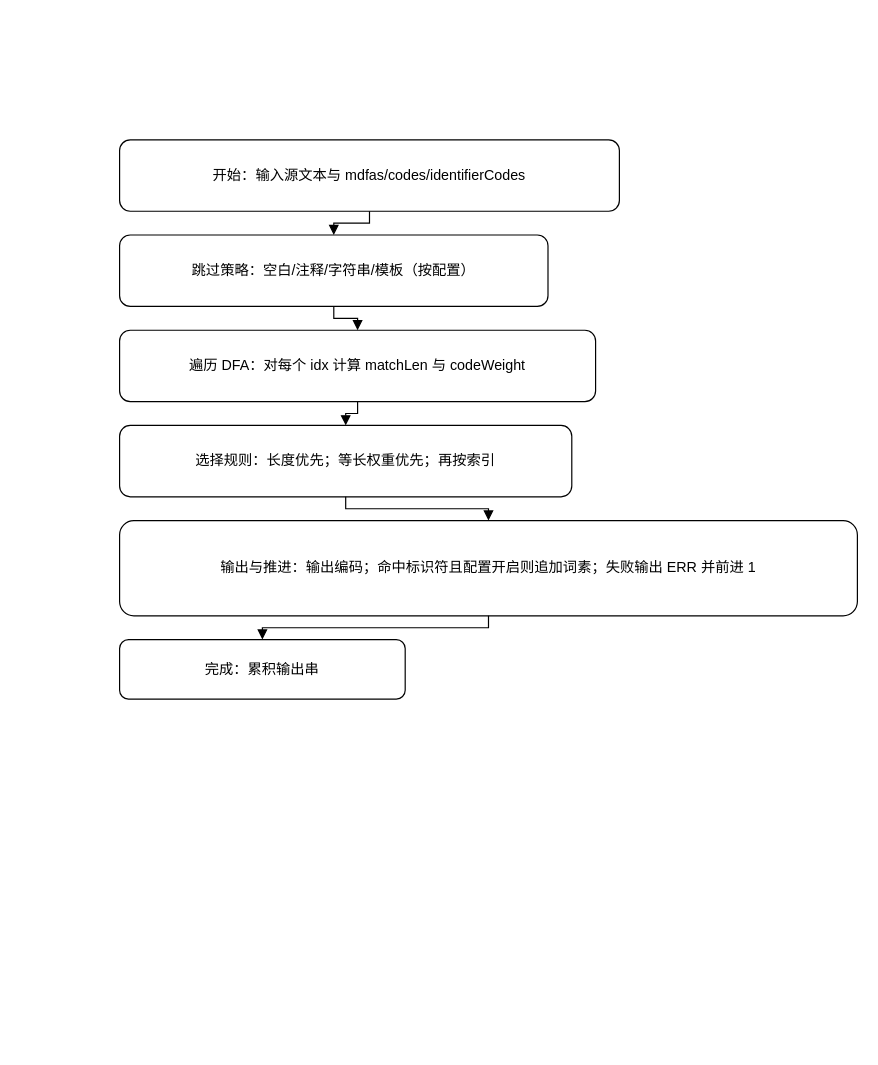
Before: docs/exp_docs/exp1/pic/07_Engine_组合扫描流程.drawio in LZStarV/byyl_course_1, a draw.io diagram. Source tidied: cells renumbered, new cells numbered last; positions are measured from the earlier drawing's top-left corner, leaving out a move shared by most shapes. Both pictures are drawn from the tidied source at 119%, with x=0, y=0 at pixel (119, 139).
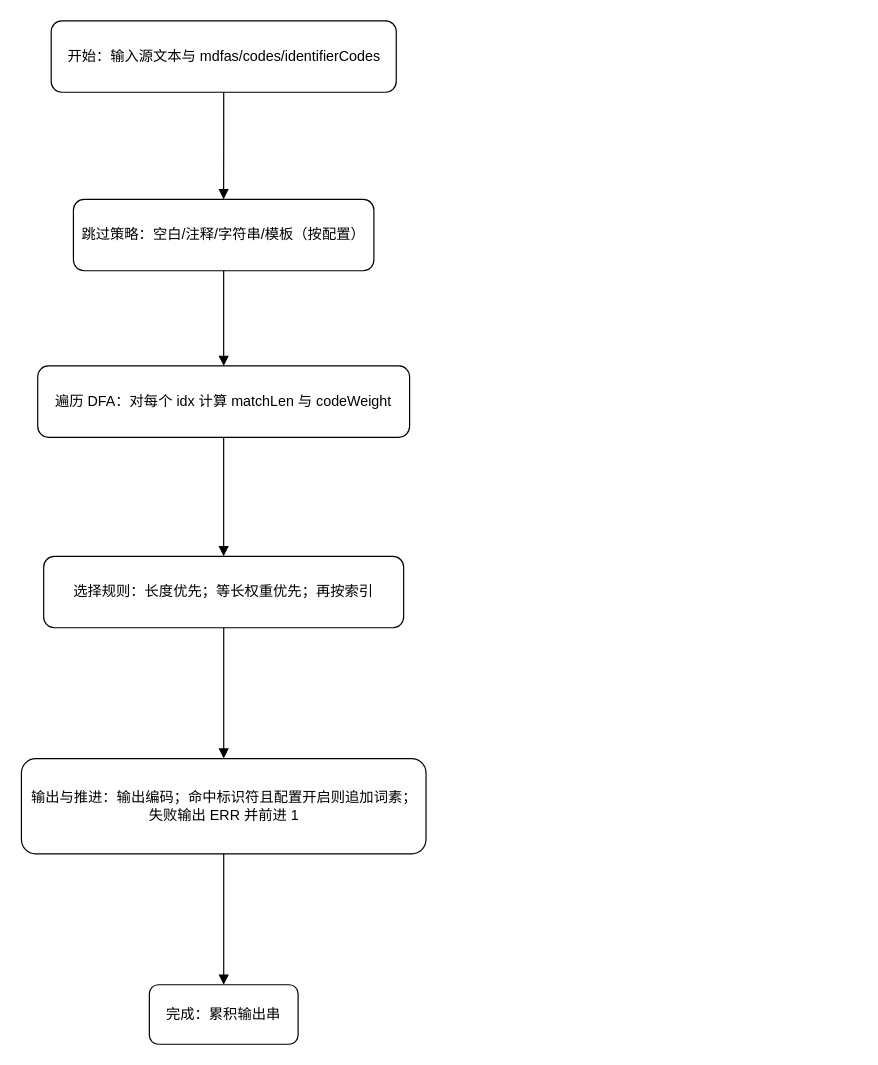
The same diagram, later.

What changed in the source:
```diff
@@
 <mxGraphModel>
   <root>
     <mxCell id="0" />
     <mxCell id="1" parent="0" />
     <mxCell id="2" value="开始：输入源文本与 mdfas/codes/identifierCodes" style="rounded=1;whiteSpace=wrap;html=1;" parent="1" vertex="1">
-      <mxGeometry width="420" height="60" as="geometry" />
+      <mxGeometry x="-57.5" y="-100" width="290" height="60" as="geometry" />
     </mxCell>
     <mxCell id="3" value="跳过策略：空白/注释/字符串/模板（按配置）" style="rounded=1;whiteSpace=wrap;html=1;" parent="1" vertex="1">
-      <mxGeometry y="80" width="360" height="60" as="geometry" />
+      <mxGeometry x="-38.8" y="50" width="252.5" height="60" as="geometry" />
     </mxCell>
     <mxCell id="4" value="遍历 DFA：对每个 idx 计算 matchLen 与 codeWeight" style="rounded=1;whiteSpace=wrap;html=1;" parent="1" vertex="1">
-      <mxGeometry y="160" width="400" height="60" as="geometry" />
+      <mxGeometry x="-68.8" y="190" width="312.5" height="60" as="geometry" />
     </mxCell>
     <mxCell id="5" value="选择规则：长度优先；等长权重优先；再按索引" style="rounded=1;whiteSpace=wrap;html=1;" parent="1" vertex="1">
-      <mxGeometry y="240" width="380" height="60" as="geometry" />
+      <mxGeometry x="-63.8" y="350" width="302.5" height="60" as="geometry" />
     </mxCell>
-    <mxCell id="6" value="输出与推进：输出编码；命中标识符且配置开启则追加词素；失败输出 ERR 并前进 1" style="rounded=1;whiteSpace=wrap;html=1;" parent="1" vertex="1">
-      <mxGeometry y="320" width="620" height="80" as="geometry" />
+    <mxCell id="6" value="输出与推进：输出编码；命中标识符且配置开启则追加词素；&lt;br&gt;失败输出 ERR 并前进 1" style="rounded=1;whiteSpace=wrap;html=1;" parent="1" vertex="1">
+      <mxGeometry x="-82.5" y="520" width="340" height="80" as="geometry" />
     </mxCell>
     <mxCell id="7" value="完成：累积输出串" style="rounded=1;whiteSpace=wrap;html=1;" parent="1" vertex="1">
-      <mxGeometry y="420" width="240" height="50" as="geometry" />
+      <mxGeometry x="25" y="710" width="125" height="50" as="geometry" />
     </mxCell>
     <mxCell id="8" style="edgeStyle=orthogonalEdgeStyle;rounded=0;html=1;endArrow=block;endFill=1;" parent="1" edge="1" source="2" target="3">
       <mxGeometry relative="1" as="geometry" />
     </mxCell>
     <mxCell id="9" style="edgeStyle=orthogonalEdgeStyle;rounded=0;html=1;endArrow=block;endFill=1;" parent="1" edge="1" source="3" target="4">
       <mxGeometry relative="1" as="geometry" />
     </mxCell>
     <mxCell id="10" style="edgeStyle=orthogonalEdgeStyle;rounded=0;html=1;endArrow=block;endFill=1;" parent="1" edge="1" source="4" target="5">
       <mxGeometry relative="1" as="geometry" />
     </mxCell>
     <mxCell id="11" style="edgeStyle=orthogonalEdgeStyle;rounded=0;html=1;endArrow=block;endFill=1;" parent="1" edge="1" source="5" target="6">
       <mxGeometry relative="1" as="geometry" />
     </mxCell>
     <mxCell id="12" style="edgeStyle=orthogonalEdgeStyle;rounded=0;html=1;endArrow=block;endFill=1;" parent="1" edge="1" source="6" target="7">
       <mxGeometry relative="1" as="geometry" />
     </mxCell>
   </root>
 </mxGraphModel>
```
